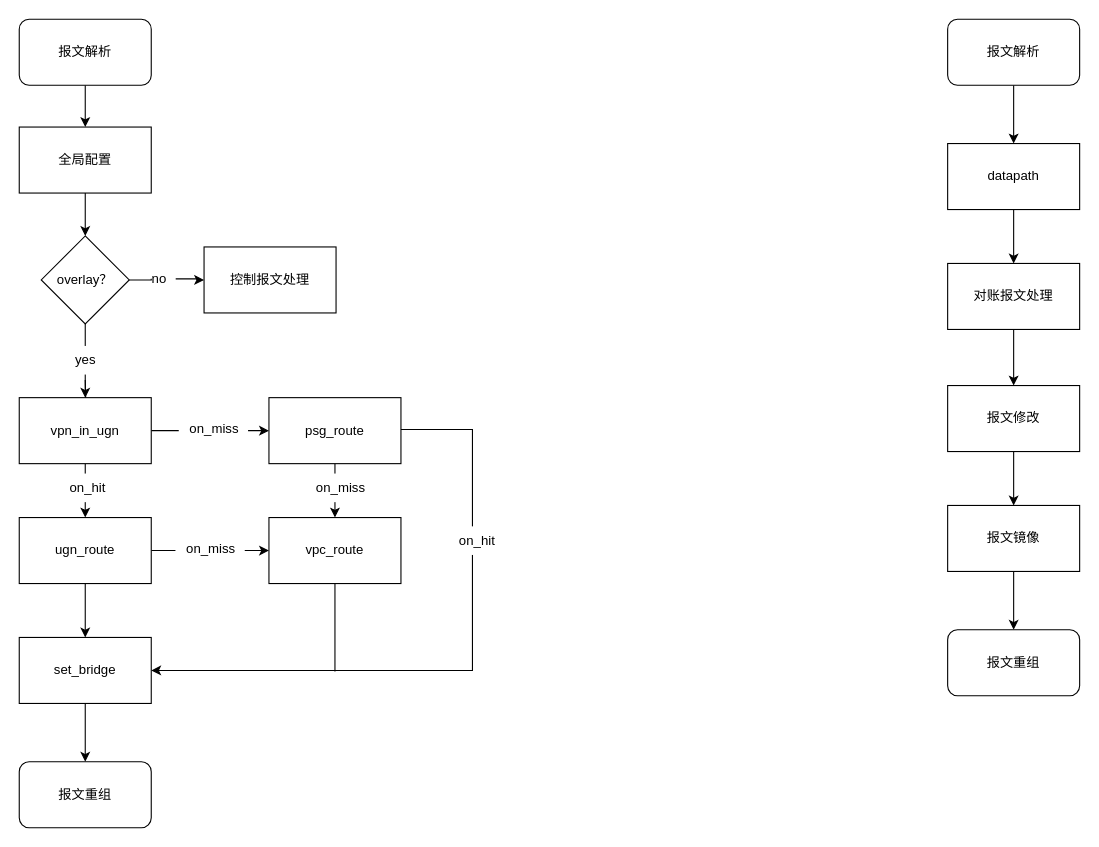
This is LRG.drawio from imoceanking/drawio, a draw.io file, before an edit. Source tidied: cells renumbered, new cells numbered last; positions are measured from the earlier drawing's top-left corner, leaving out a move shared by most shapes. Both pictures are drawn from the tidied source at 110%, with x=0, y=0 at pixel (19, 19).
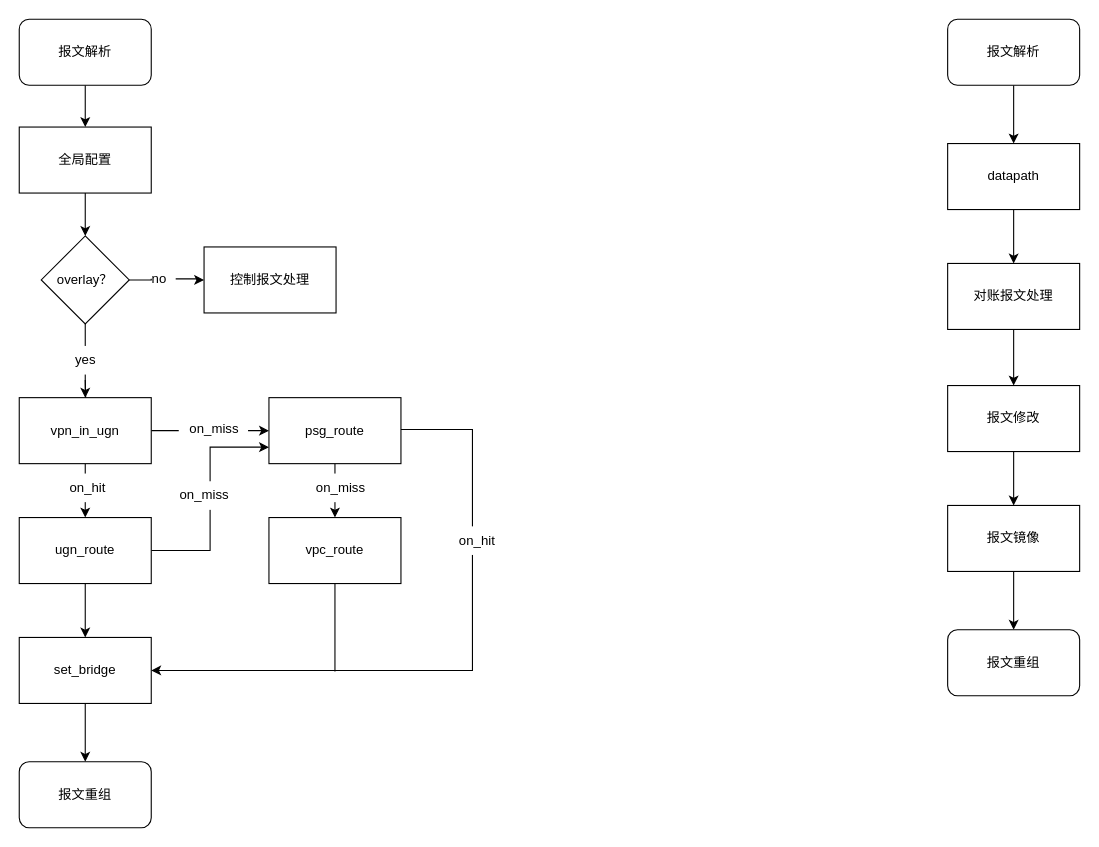
The same diagram, later.

The change refers to these unchanged cells:
```xml
<mxCell id="13" value="vpc_route" style="whiteSpace=wrap;html=1;rounded=0;" parent="1" vertex="1">
  <mxGeometry x="227" y="453" width="120" height="60" as="geometry" />
</mxCell>
<mxCell id="16" value="ugn_route" style="whiteSpace=wrap;html=1;rounded=0;" parent="1" vertex="1">
  <mxGeometry y="453" width="120" height="60" as="geometry" />
</mxCell>
<mxCell id="26" value="psg_route" style="whiteSpace=wrap;html=1;rounded=0;" parent="1" vertex="1">
  <mxGeometry x="227" y="344" width="120" height="60" as="geometry" />
</mxCell>
```

What changed in the source:
```diff
@@
-    <mxCell id="15" style="edgeStyle=orthogonalEdgeStyle;rounded=0;jettySize=auto;html=1;" parent="1" edge="1" source="16" target="13">
+    <mxCell id="15" style="edgeStyle=orthogonalEdgeStyle;rounded=0;jettySize=auto;html=1;entryX=0;entryY=0.75;entryDx=0;entryDy=0;" parent="1" edge="1" source="16" target="26">
       <mxGeometry relative="1" as="geometry" />
     </mxCell>
@@
     <mxCell id="28" value="on_miss" style="text;html=1;align=center;verticalAlign=middle;strokeColor=none;fillColor=default;" parent="1" vertex="1">
-      <mxGeometry x="142" y="469" width="63" height="26" as="geometry" />
+      <mxGeometry x="136" y="420" width="63" height="26" as="geometry" />
     </mxCell>
```
